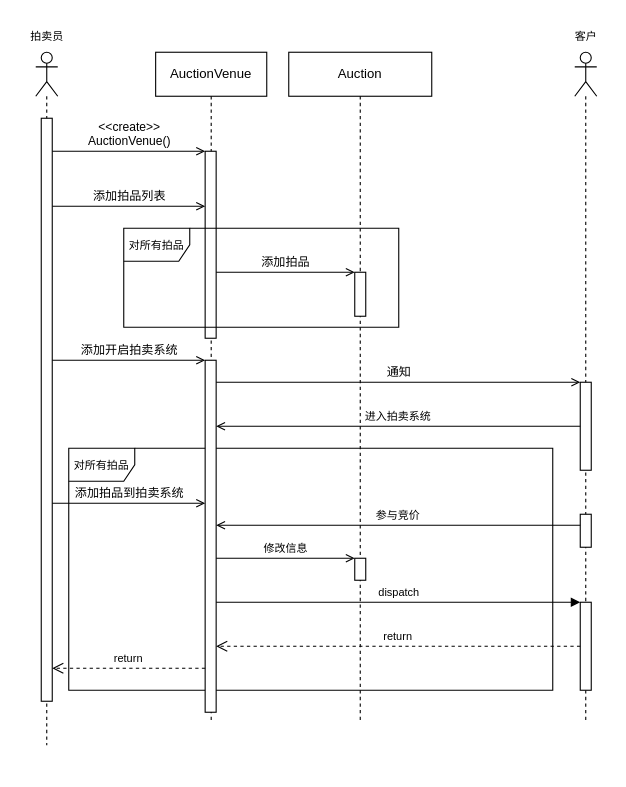
xinghyfish/auction keeps this draw.io diagram as docs/进程视图/源文件/flowchart-auction.drawio. Above is the earlier version. Source tidied: cells renumbered, new cells numbered last; positions are measured from the earlier drawing's top-left corner, leaving out a move shared by most shapes. Both pictures are drawn from the tidied source at 110%, with x=0, y=0 at pixel (19, 19).
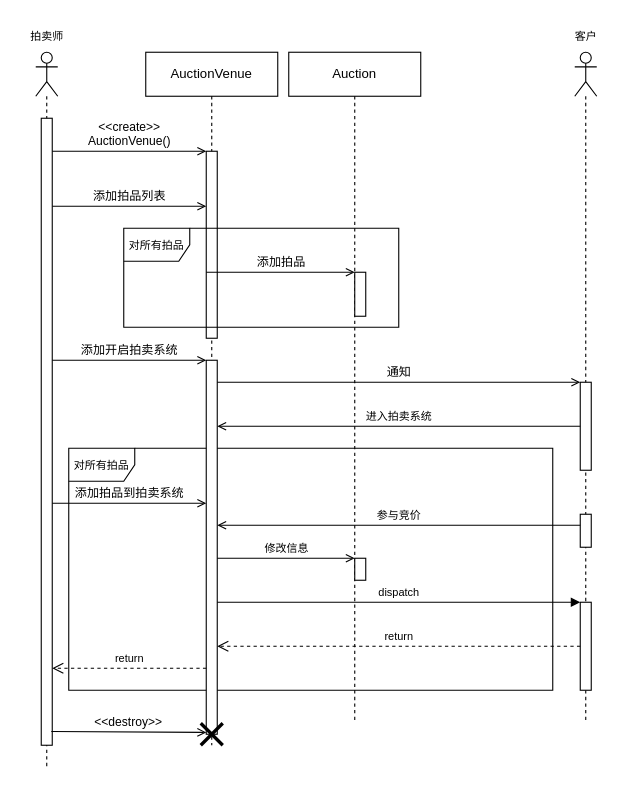
The same diagram, later.

What changed in the source:
```diff
@@
     <mxCell id="3" value="&lt;p style=&quot;line-height: 1.2;&quot;&gt;&lt;br&gt;&lt;/p&gt;" style="shape=umlLifeline;participant=umlActor;perimeter=lifelinePerimeter;whiteSpace=wrap;html=1;verticalAlign=top;spacingTop=36;" parent="1" vertex="1">
-      <mxGeometry x="15" y="30" width="20" height="630" as="geometry" />
+      <mxGeometry x="15" y="30" width="20" height="650" as="geometry" />
     </mxCell>
     <mxCell id="4" style="html=1;points=[];perimeter=orthogonalPerimeter;" parent="3" vertex="1">
-      <mxGeometry x="5" y="60" width="10" height="530" as="geometry" />
+      <mxGeometry x="5" y="60" width="10" height="570" as="geometry" />
     </mxCell>
@@
     <mxCell id="9" value="AuctionVenue" style="shape=umlLifeline;perimeter=lifelinePerimeter;whiteSpace=wrap;html=1;" parent="1" vertex="1">
-      <mxGeometry x="124" y="30" width="101" height="610" as="geometry" />
+      <mxGeometry x="115" y="30" width="120" height="630" as="geometry" />
     </mxCell>
     <mxCell id="10" style="html=1;points=[];perimeter=orthogonalPerimeter;" parent="9" vertex="1">
-      <mxGeometry x="45" y="90" width="10" height="170" as="geometry" />
+      <mxGeometry x="55" y="90" width="10" height="170" as="geometry" />
     </mxCell>
@@
     <mxCell id="12" style="html=1;points=[];perimeter=orthogonalPerimeter;fontSize=10;" parent="9" vertex="1">
-      <mxGeometry x="45" y="280" width="10" height="320" as="geometry" />
+      <mxGeometry x="55" y="280" width="10" height="340" as="geometry" />
     </mxCell>
+    <mxCell id="30" style="shape=umlDestroy;whiteSpace=wrap;html=1;strokeWidth=3;strokeColor=default;" parent="9" vertex="1">
+      <mxGeometry x="50" y="610" width="20" height="20" as="geometry" />
+    </mxCell>
@@
     <mxCell id="15" value="Auction" style="shape=umlLifeline;perimeter=lifelinePerimeter;whiteSpace=wrap;html=1;" parent="1" vertex="1">
-      <mxGeometry x="245" y="30" width="130" height="610" as="geometry" />
+      <mxGeometry x="245" y="30" width="120" height="610" as="geometry" />
     </mxCell>
@@
-    <mxCell id="28" value="拍卖员" style="text;html=1;align=center;verticalAlign=middle;strokeColor=none;fillColor=none;fontSize=10;" parent="1" vertex="1">
+    <mxCell id="28" value="拍卖师" style="text;html=1;align=center;verticalAlign=middle;strokeColor=none;fillColor=none;fontSize=10;" parent="1" vertex="1">
       <mxGeometry width="50" height="30" as="geometry" />
     </mxCell>
@@
+    <mxCell id="31" value="&amp;lt;&amp;lt;destroy&amp;gt;&amp;gt;" style="html=1;verticalAlign=bottom;endArrow=open;rounded=0;endFill=0;exitX=0.915;exitY=0.978;exitDx=0;exitDy=0;exitPerimeter=0;entryX=-0.002;entryY=0.995;entryDx=0;entryDy=0;entryPerimeter=0;" parent="1" edge="1" source="4" target="12">
+      <mxGeometry relative="1" as="geometry" />
+    </mxCell>
```
